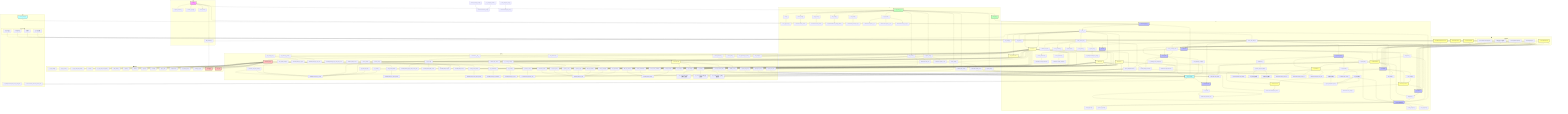
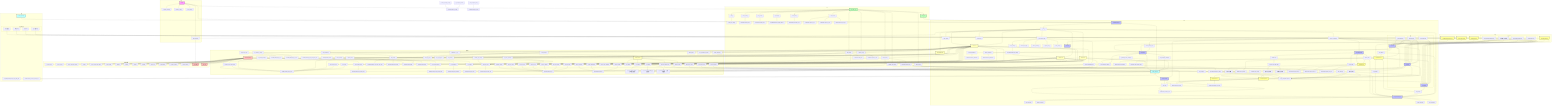
flowchart TD
    subgraph 主入口
        main["main()"] --> init_database["init_database()"]
        main --> register_services["register_services()"]
        main --> handle_cli_args["handle_cli_args()"]
        main --> show_menu["show_menu()"]
    end

    subgraph GUI
        VMTOOLPyQtApp["VMTOOLPyQtApp"] --> __init__["__init__()"]
        __init__ --> load_config["load_config()"]
        __init__ --> create_menu_bar["create_menu_bar()"]
        __init__ --> init_database
        __init__ --> DictService
        __init__ --> WeightCalculator
        __init__ --> FilterService
        __init__ --> StatsService
        __init__ --> set_theme["set_theme()"]
        __init__ --> create_tab_widget["create_tab_widget()"]
        __init__ --> ProgressBarWidget["ProgressBarWidget"]

        create_menu_bar --> import_data["import_data()"]
        create_menu_bar --> export_data["export_data()"]
        create_menu_bar --> calculate_weight["calculate_weight()"]
        create_menu_bar --> detect_conflicts["detect_conflicts()"]
        create_menu_bar --> migrate_data["migrate_data()"]
        create_menu_bar --> show_about["show_about()"]

        import_data --> ImportExportTab.import_data["ImportExportTab.import_data()"]
        export_data --> ImportExportTab.export_data["ImportExportTab.export_data()"]

        create_tab_widget --> CharsTab["CharsTab"]
        create_tab_widget --> SpecialTab["SpecialTab"]
        create_tab_widget --> WordsTab["WordsTab"]
        create_tab_widget --> StatsTab["StatsTab"]
        create_tab_widget --> ImportExportTab["ImportExportTab"]
        create_tab_widget --> CodeRulesTab["CodeRulesTab"]
        create_tab_widget --> create_settings_tab["create_settings_tab()"]
        create_settings_tab --> SettingsTab["SettingsTab"]

        SettingsTab --> on_settings_order_changed["on_settings_order_changed()"]
        SettingsTab --> reload_settings_content["reload_settings_content()"]
        SettingsTab --> load_language_settings["load_language_settings()"]
        on_settings_order_changed --> config_manager
        on_settings_order_changed --> reload_settings_content
        load_language_settings --> config_manager

        CharsTab --> search_characters_gui["search_characters()"]
        search_characters_gui --> DictService.search_characters

        CharsTab --> delete_character_gui["delete_character()"]
        delete_character_gui --> DictService.delete_character

        CharsTab --> add_batch_gui["add_batch()"]
        add_batch_gui --> AddBatchThread["AddBatchThread"]
        AddBatchThread --> DictService.add_characters
        add_batch_gui --> ProgressBarWidget

+         CharsTab --> auto_dedupe_chars_gui["auto_dedupe()"]
+         auto_dedupe_chars_gui --> AutoDedupeThread
+         AutoDedupeThread --> DictService.auto_dedupe
+ 
+         subgraph 基类
+             BaseTableTab["BaseTableTab"]
+             RefreshableTab["RefreshableTab"]
+             GeneralTableTab["GeneralTableTab"]
+             BaseTableTab --> CharsTab
+             BaseTableTab --> WordsTab
+             RefreshableTab --> CharsTab
+             RefreshableTab --> WordsTab
+             RefreshableTab --> SpecialTab
+             GeneralTableTab --> CharsTab
+             GeneralTableTab --> WordsTab
+         end
+ 
        SpecialTab --> add_special_batch_gui["add_batch()"]
        add_special_batch_gui --> AddBatchThread
-         AddBatchThread --> DictService.add_words
+         AddBatchThread --> DictService.add_special_chars
        add_special_batch_gui --> ProgressBarWidget
+ 
+         SpecialTab --> auto_dedupe_gui["auto_dedupe()"]
+         auto_dedupe_gui --> AutoDedupeThread
+         AutoDedupeThread --> DictService.auto_dedupe

        WordsTab --> add_batch_words_gui["add_batch()"]
        add_batch_words_gui --> AddBatchThread
        AddBatchThread --> DictService.add_words
        add_batch_words_gui --> ProgressBarWidget

        WordsTab --> recalculate_all_codes_gui["recalculate_all_codes()"]
        recalculate_all_codes_gui --> CalculateThread["CalculateThread"]
        CalculateThread --> DictService.calculate_all_codes
        recalculate_all_codes_gui --> ProgressBarWidget

        WordsTab --> auto_dedupe_gui["auto_dedupe()"]
        auto_dedupe_gui --> AutoDedupeThread
        AutoDedupeThread --> DictService.auto_dedupe

        ImportExportTab --> showEvent["showEvent()"]
        showEvent --> update_export_full_path["update_export_full_path()"]
        update_export_full_path --> split_export_paths["分表导出路径显示"]
        update_export_full_path --> normal_export_paths["普通导出路径显示"]

        ImportExportTab --> import_data_gui["import_data()"]
        import_data_gui --> ImportThread["ImportThread"]
        ImportThread --> FilterService.import_from_txt
        ImportThread --> FilterService.import_from_csv
        ImportThread --> FilterService.import_from_json
        import_data_gui --> ProgressBarWidget

        ImportExportTab --> export_data_gui["export_data()"]
        export_data_gui --> split_export["分表导出逻辑"]
        split_export --> DictService.export_data["export_data(table=words)"]
        split_export --> DictService.export_data["export_data(table=chars)"]
        split_export --> DictService.export_data["export_data(table=special)"]
        export_data_gui --> normal_export["普通导出逻辑"]
        normal_export --> DictService.export_data

        CodeRulesTab --> test_rule["test_rule()"]
        test_rule --> DictService.generate_code
        test_rule --> ProgressBarWidget

        ProgressBarWidget --> start_progress["start_progress()"]
        ProgressBarWidget --> update_progress["update_progress()"]
        ProgressBarWidget --> finish_progress["finish_progress()"]
        ProgressBarWidget --> error_progress["error_progress()"]
    end

    subgraph 线程
        BaseBatchThread["BaseBatchThread"] --> AddBatchThread["AddBatchThread"]
        AddBatchThread --> WordsTab
        AddBatchThread --> CharsTab
+         AddBatchThread --> SpecialTab
        ImportThread["ImportThread"] --> ImportExportTab
        CalculateThread["CalculateThread"] --> WordsTab
        DeleteTableThread["DeleteTableThread"] --> SettingsTab
        SetAllManualToFalseThread["SetAllManualToFalseThread"] --> SettingsTab
        RefreshDataThread["RefreshDataThread"] --> WordsTab
        RefreshDataThread --> CharsTab
        RefreshDataThread --> SpecialTab
        AutoDedupeThread["AutoDedupeThread"] --> WordsTab
        AutoDedupeThread --> CharsTab
        AutoDedupeThread --> SpecialTab

        subgraph 性能优化
            BlockSignals["blockSignals(True)"] --> WordsTab
            BlockSignals --> CharsTab
            BlockSignals --> SpecialTab
            DisableSorting["setSortingEnabled(False)"] --> WordsTab
            DisableSorting --> CharsTab
            DisableSorting --> SpecialTab
            BatchUpdate["分批更新(1000条/批)"] --> WordsTab
            BatchUpdate --> CharsTab
            BatchUpdate --> SpecialTab
            DataRole["Qt.ItemDataRole.DisplayRole"] --> WordsTab
            DataRole --> CharsTab
            DataRole --> SpecialTab
        end
    end

    subgraph CLI
        CLI_Main["cli/__main__.py"] --> main_cli["main()"]
        main_cli --> show_typer_help["show_typer_help()"]

        CLI_Main --> add_word["add_word()"]
        CLI_Main --> delete_word["delete_word()"]
        CLI_Main --> delete_batch["delete_batch()"]
        CLI_Main --> query_word["query_word()"]
        CLI_Main --> set_weight["set_weight()"]
        CLI_Main --> replace_code["replace_code()"]
        CLI_Main --> calculate_all_codes_cli["calculate_all_codes()"]
        CLI_Main --> show_stats["show_stats()"]
        CLI_Main --> import_data_cli["import_data()"]
        CLI_Main --> export_data_cli["export_data()"]
        CLI_Main --> start_gui["start_gui()"]

        add_word --> DictService.add_word
        delete_word --> DictService.delete_word
        delete_batch --> DictService.delete_words
        query_word --> DictService.search_words
        set_weight --> WeightCalculator.set_weight_directly
        replace_code --> DictService.replace_code
        calculate_all_codes_cli --> DictService.calculate_all_codes
        show_stats --> StatsService.generate_report
        import_data_cli --> DictService.add_words
        import_data_cli --> FilterService.import_from_txt
        import_data_cli --> FilterService.import_from_csv
        import_data_cli --> FilterService.import_from_json
        export_data_cli --> FilterService.export_to_txt
        export_data_cli --> FilterService.export_to_csv
        export_data_cli --> FilterService.export_to_json
        start_gui --> VMTOOLPyQtApp
    end

    subgraph 服务层
        DictService["DictService"] --> __init__["__init__()"]
        DictService.__init__ --> WordRepository
        DictService.__init__ --> CodeGenerator

        DictService --> get_word["get_word()"]
        get_word --> WordRepository.get_by_word

        DictService --> get_word_by_text["get_word_by_text()"]
        get_word_by_text --> WordRepository.get_by_word

        DictService --> get_word_by_id["get_word_by_id()"]
        get_word_by_id --> WordRepository.get_by_id

        DictService --> get_words_by_code["get_words_by_code()"]
        get_words_by_code --> WordRepository.get_by_code

        DictService --> get_special_chars["get_special_chars()"]
        get_special_chars --> WordRepository.get_special_chars

        DictService --> count_special_chars["count_special_chars()"]
        count_special_chars --> WordRepository.count_special_chars

        DictService --> get_characters["get_characters()"]
        get_characters --> WordRepository.get_characters

        DictService --> get_words["get_words()"]
        get_words --> WordRepository.get_words

        DictService --> add_word["add_word()"]
        add_word --> generate_code["generate_code()"]
        generate_code --> CodeGenerator.generate_code
        add_word --> WordRepository.get_by_word_and_code
        add_word --> WordRepository.create

        DictService --> add_words["add_words()"]
        add_words --> generate_code
        add_words --> WordRepository.get_by_word_code_pairs
        add_words --> WordRepository.bulk_create

        DictService --> add_characters["add_characters()"]
        add_characters --> add_words

        DictService --> update_word["update_word()"]
        update_word --> WordRepository.get_by_word
        update_word --> WordRepository.update

        DictService --> delete_word["delete_word()"]
        delete_word --> WordRepository.get_by_word
        delete_word --> WordRepository.delete

        DictService --> delete_words["delete_words()"]
        delete_words --> WordRepository.get_by_word
        delete_words --> WordRepository.delete

        DictService --> delete_character["delete_character()"]
        delete_character --> delete_word

        DictService --> delete_table["delete_table()"]
        DictService --> set_all_manual_to_false["set_all_manual_to_false()"]
        DictService --> auto_dedupe["auto_dedupe()"]
+         auto_dedupe --> WordRepository.count_by_type["count_by_type()"]
+         auto_dedupe --> WordRepository.get_all_by_type["get_all_by_type()"]
+         auto_dedupe --> WordRepository.bulk_delete["bulk_delete()"]

        DictService --> replace_code["replace_code()"]
        replace_code --> update_word

        DictService --> get_all_words["get_all_words()"]
        get_all_words --> WordRepository.get_all

        DictService --> search_words["search_words()"]
        search_words --> WordRepository.search

        DictService --> search_characters["search_characters()"]
        search_characters --> WordRepository.search

        DictService --> get_code_preview["get_code_preview()"]
        get_code_preview --> generate_code

        DictService --> calculate_all_codes["calculate_all_codes()"]
        calculate_all_codes --> generate_code

        DictService --> export_data["export_data(table=None)"]
        export_data --> WordRepository.get_all
        export_data --> WordRepository.get_words
        export_data --> WordRepository.get_characters
        export_data --> WordRepository.get_special_chars

        WeightCalculator["WeightCalculator"] --> set_weight_directly["set_weight_directly()"]
        set_weight_directly --> WordRepository.get_by_word
        set_weight_directly --> WordRepository.update

        FilterService["FilterService"] --> filter_by_length["filter_by_length()"]
        filter_by_length --> WordRepository.get_all

        FilterService --> filter_by_weight["filter_by_weight()"]
        filter_by_weight --> WordRepository.get_all

        FilterService --> filter_by_pattern["filter_by_pattern()"]
        filter_by_pattern --> WordRepository.search

        FilterService --> import_from_txt["import_from_txt()"]
        import_from_txt --> DictService.add_words

        FilterService --> import_from_csv["import_from_csv()"]
        import_from_csv --> DictService.add_words

        FilterService --> import_from_json["import_from_json()"]
        import_from_json --> DictService.add_words

        FilterService --> export_to_txt["export_to_txt()"]
        export_to_txt --> WordRepository.get_all

        FilterService --> export_to_csv["export_to_csv()"]
        export_to_csv --> WordRepository.get_all

        FilterService --> export_to_json["export_to_json()"]
        export_to_json --> WordRepository.get_all

        StatsService["StatsService"] --> get_stats["get_stats()"]
        StatsService --> get_word_length_stats["get_word_length_stats() - 只统计词表数据"]
        StatsService --> get_code_stats["get_code_stats() - 只统计词表数据"]
        StatsService --> get_weight_stats["get_weight_stats() - 只统计词表数据"]
        StatsService --> detect_code_conflicts["detect_code_conflicts()"]
        StatsService --> generate_report["generate_report()"]
        get_stats --> get_word_length_stats
        get_stats --> get_code_stats
        get_stats --> get_weight_stats
        generate_report --> WordRepository.get_all

        CodeGenerator["CodeGenerator"] --> set_config["set_config()"]
        CodeGenerator --> get_config["get_config()"]
        CodeGenerator --> generate_code_from_chars["generate_code_from_chars()"]
        generate_code_from_chars --> WordRepository.get_by_word
        CodeGenerator --> _execute_custom_rule["_execute_custom_rule()"]
        _execute_custom_rule --> config_manager
        CodeGenerator --> validate_code["validate_code()"]
    end

    subgraph 数据访问层
        WordRepository["WordRepository"] --> get_by_word["get_by_word()"]
        WordRepository --> get_by_code["get_by_code()"]
        WordRepository --> get_special_chars["get_special_chars()"]
        WordRepository --> count_special_chars["count_special_chars()"]
        WordRepository --> get_characters["get_characters()"]
        WordRepository --> get_words["get_words()"]
        WordRepository --> get_by_word_and_code["get_by_word_and_code()"]
        WordRepository --> create["create()"]
        WordRepository --> get_by_word_code_pairs["get_by_word_code_pairs()"]
        WordRepository --> bulk_create["bulk_create()"]
        WordRepository --> update["update()"]
        WordRepository --> delete["delete()"]
        WordRepository --> get_all["get_all()"]
        WordRepository --> search["search()"]
        WordRepository --> get_by_id["get_by_id()"]
        WordRepository --> bulk_delete["bulk_delete()"]
        WordRepository --> get_all_by_type["get_all_by_type()"]
        WordRepository --> count_by_type["count_by_type()"]

        WordRepository --> Word["Word模型"]
        WordRepository --> get_db["get_db()"]
        init_database --> Word
    end

    subgraph 核心
        config_manager["config_manager"] --> VMTOOLPyQtApp
        config_manager --> CodeRulesTab
        config_manager --> ImportExportTab.update_export_full_path
        config_manager --> SettingsTab
        config_manager --> CodeGenerator._execute_custom_rule
        theme_manager["theme_manager"] --> VMTOOLPyQtApp

        subgraph 性能优化机制
            SignalBlocking["信号阻塞机制"] --> BlockSignals
            SortOptimization["排序优化"] --> DisableSorting
            BatchProcessing["批处理机制"] --> BatchUpdate
            RoleBasedData["角色化数据"] --> DataRole
        end
    end

    main --> CLI_Main
    main --> VMTOOLPyQtApp
    test_rule --> DictService.generate_code
    set_codegen_custom --> CodeGenerator.set_config
    save_codegen_config --> CodeGenerator.get_config
    restore_codegen_config --> CodeGenerator.set_config
    generate_code_from_chars --> WordRepository.get_by_word
    _execute_custom_rule --> config_manager
    ImportExportTab.export_data --> DictService.export_data
    ImportExportTab.import_data --> FilterService

    classDef main fill:#f9f,stroke:#333,stroke-width:2px;
    classDef gui fill:#bbf,stroke:#333,stroke-width:2px;
    classDef cli fill:#bfb,stroke:#333,stroke-width:2px;
    classDef service fill:#ffb,stroke:#333,stroke-width:2px;
    classDef dal fill:#fbb,stroke:#333,stroke-width:2px;
    classDef core fill:#bff,stroke:#333,stroke-width:2px;
    classDef thread fill:#ff9,stroke:#333,stroke-width:2px;

    class main main;
    class VMTOOLPyQtApp,CharsTab,SpecialTab,WordsTab,StatsTab,ImportExportTab,CodeRulesTab,SettingsTab,ProgressBarWidget gui;
    class CLI_Main,start_gui cli;
    class DictService,WeightCalculator,FilterService,StatsService,CodeGenerator service;
    class WordRepository,Word,get_db dal;
    class config_manager,theme_manager core;
    class BaseBatchThread,AddBatchThread,ImportThread,CalculateThread,DeleteTableThread,SetAllManualToFalseThread,RefreshDataThread,AutoDedupeThread thread;